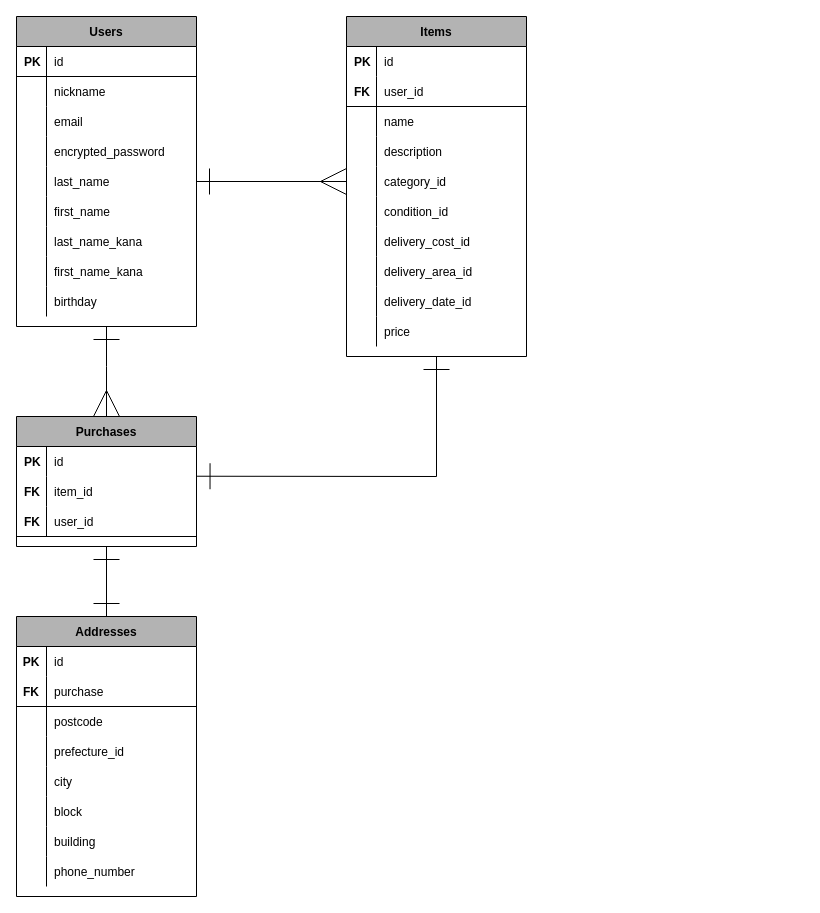
Above: furima_ER.dio in searide/furima-38450 (draw.io), before the change. Source tidied: cells renumbered, new cells numbered last; positions are measured from the earlier drawing's top-left corner, leaving out a move shared by most shapes. Both pictures are drawn from the tidied source at 100%, with x=0, y=0 at pixel (16, 16).
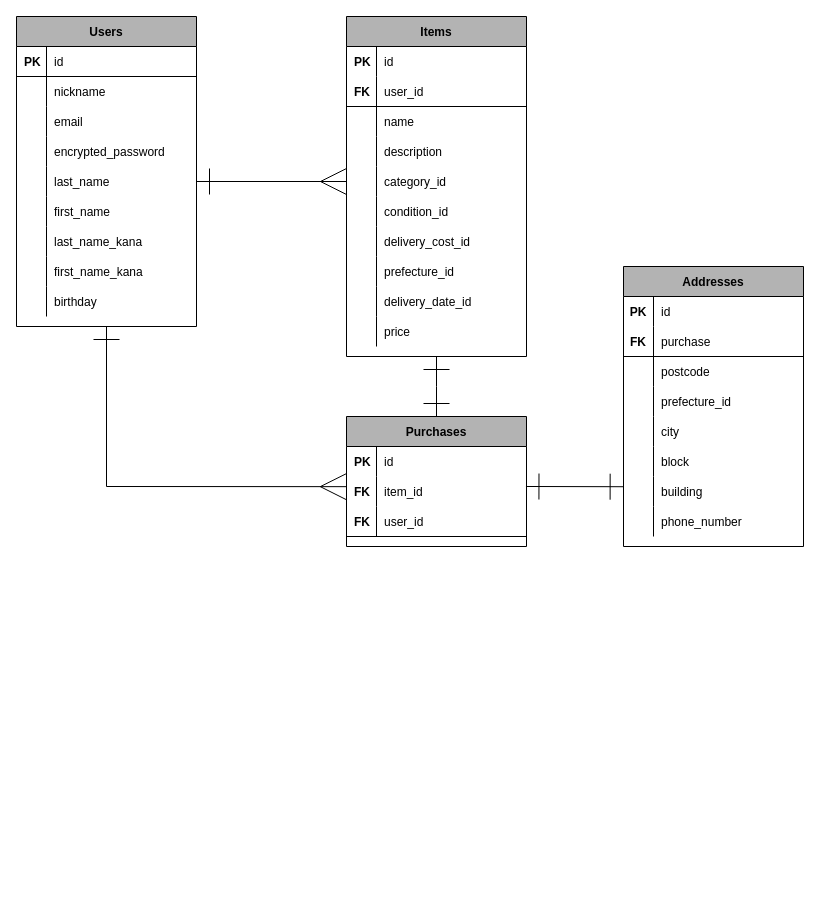
Above is the later version.

Commit message (it also covers changes not shown here):
カラム名の変更

都道府県に関するカラムprefecture_idに統一

Unchanged cells that the change refers to:
```xml
<mxCell id="4" value="Users" style="shape=table;startSize=30;childLayout=tableLayout;rowLines=0;fontStyle=1;align=center;fillColor=#B3B3B3;fontColor=#000000;strokeColor=#000000;" parent="1" vertex="1">
  <mxGeometry width="180" height="310" as="geometry" />
</mxCell>
<mxCell id="33" value="Items" style="shape=table;startSize=30;childLayout=tableLayout;rowLines=0;fontStyle=1;align=center;fillColor=#B3B3B3;fontColor=#000000;strokeColor=#000000;" parent="1" vertex="1">
  <mxGeometry x="330" width="180" height="340" as="geometry" />
</mxCell>
<mxCell id="55" style="shape=partialRectangle;fillColor=none;top=0;left=0;bottom=0;right=0;" parent="33" vertex="1">
  <mxGeometry y="240" width="180" height="30" as="geometry" />
</mxCell>
<mxCell id="69" style="shape=partialRectangle;fillColor=none;top=0;left=0;bottom=1;right=0;points=[[0,0.5],[1,0.5]];portConstraint=eastwest;strokeColor=none;" parent="65" vertex="1">
  <mxGeometry y="60" width="180" height="30" as="geometry" />
</mxCell>
<mxCell id="94" style="shape=partialRectangle;fillColor=none;top=0;left=0;bottom=0;right=0;points=[[0,0.5],[1,0.5]];portConstraint=eastwest;" parent="75" vertex="1">
  <mxGeometry y="210" width="180" height="30" as="geometry" />
</mxCell>
```

Change to the diagram source:
```diff
@@
-    <mxCell id="3" style="edgeStyle=none;rounded=0;html=1;startArrow=ERone;startFill=0;endArrow=ERmany;endFill=0;startSize=24;endSize=24;targetPerimeterSpacing=0;strokeColor=#000000;exitX=0.5;exitY=1;exitDx=0;exitDy=0;" parent="1" edge="1" source="4" target="65">
+    <mxCell id="3" style="edgeStyle=none;rounded=0;html=1;startArrow=ERone;startFill=0;endArrow=ERmany;endFill=0;startSize=24;endSize=24;targetPerimeterSpacing=0;strokeColor=#000000;exitX=0.5;exitY=1;exitDx=0;exitDy=0;entryX=-0.001;entryY=0.339;entryDx=0;entryDy=0;entryPerimeter=0;" parent="1" edge="1" source="4" target="69">
       <mxGeometry relative="1" as="geometry">
         <Array as="points">
-          <mxPoint x="90" y="350" />
+          <mxPoint x="90" y="470" />
         </Array>
       </mxGeometry>
     </mxCell>
@@
-    <mxCell id="32" style="edgeStyle=none;rounded=0;html=1;entryX=1.003;entryY=-0.009;entryDx=0;entryDy=0;startArrow=ERone;startFill=0;endArrow=ERone;endFill=0;startSize=24;endSize=24;targetPerimeterSpacing=0;strokeColor=#000000;exitX=0.5;exitY=1;exitDx=0;exitDy=0;entryPerimeter=0;" parent="1" edge="1" source="33" target="69">
+    <mxCell id="32" style="edgeStyle=none;rounded=0;html=1;startArrow=ERone;startFill=0;endArrow=ERone;endFill=0;startSize=24;endSize=24;targetPerimeterSpacing=0;strokeColor=#000000;exitX=0.5;exitY=1;exitDx=0;exitDy=0;" parent="1" edge="1" source="33" target="65">
       <mxGeometry relative="1" as="geometry">
         <Array as="points">
-          <mxPoint x="420" y="460" />
+          <mxPoint x="420" y="370" />
         </Array>
       </mxGeometry>
     </mxCell>
@@
-    <mxCell id="57" value="delivery_area_id" style="shape=partialRectangle;fillColor=none;top=0;left=0;bottom=0;right=0;align=left;spacingLeft=6;overflow=hidden;fontColor=#000000;" parent="55" vertex="1">
+    <mxCell id="57" style="shape=partialRectangle;fillColor=none;top=0;left=0;bottom=0;right=0;align=left;spacingLeft=6;overflow=hidden;fontColor=#000000;" parent="55" vertex="1">
       <mxGeometry x="30" width="150" height="30" as="geometry" />
     </mxCell>
@@
-    <mxCell id="64" style="edgeStyle=none;html=1;fontFamily=Helvetica;fontSize=12;fontColor=#000000;endArrow=ERone;endFill=0;startSize=24;entryX=0.5;entryY=0;entryDx=0;entryDy=0;startArrow=ERone;startFill=0;strokeColor=#000000;endSize=24;" parent="1" edge="1" source="65" target="75">
+    <mxCell id="64" style="edgeStyle=none;html=1;fontFamily=Helvetica;fontSize=12;fontColor=#000000;endArrow=ERone;endFill=0;startSize=24;startArrow=ERone;startFill=0;strokeColor=#000000;endSize=24;exitX=0.997;exitY=0.333;exitDx=0;exitDy=0;exitPerimeter=0;entryX=-0.002;entryY=0.341;entryDx=0;entryDy=0;entryPerimeter=0;" parent="1" edge="1" source="69" target="94">
       <mxGeometry relative="1" as="geometry" />
     </mxCell>
     <mxCell id="65" value="Purchases" style="shape=table;startSize=30;childLayout=tableLayout;rowLines=0;fontStyle=1;align=center;fillColor=#B3B3B3;fontColor=#000000;strokeColor=#000000;" parent="1" vertex="1">
-      <mxGeometry y="400" width="180" height="130" as="geometry" />
+      <mxGeometry x="330" y="400" width="180" height="130" as="geometry" />
     </mxCell>
@@
     <mxCell id="75" value="Addresses" style="shape=table;startSize=30;childLayout=tableLayout;rowLines=0;fontStyle=1;align=center;fontFamily=Helvetica;fontSize=12;fontColor=#000000;strokeColor=#000000;fillColor=#B3B3B3;" parent="1" vertex="1">
-      <mxGeometry y="600" width="180" height="280" as="geometry" />
+      <mxGeometry x="607" y="250" width="180" height="280" as="geometry" />
     </mxCell>
@@
     <mxCell id="100" style="shape=partialRectangle;fillColor=none;top=0;left=0;bottom=1;right=0;fontStyle=0;strokeColor=#000000;" parent="1" vertex="1">
-      <mxGeometry y="490" width="180" height="30" as="geometry" />
+      <mxGeometry x="330" y="490" width="180" height="30" as="geometry" />
     </mxCell>
@@
+    <mxCell id="103" value="prefecture_id" style="shape=partialRectangle;fillColor=none;top=0;left=0;bottom=0;right=0;align=left;spacingLeft=6;overflow=hidden;fontColor=#000000;" parent="1" vertex="1">
+      <mxGeometry x="360" y="240" width="150" height="30" as="geometry" />
+    </mxCell>
```
